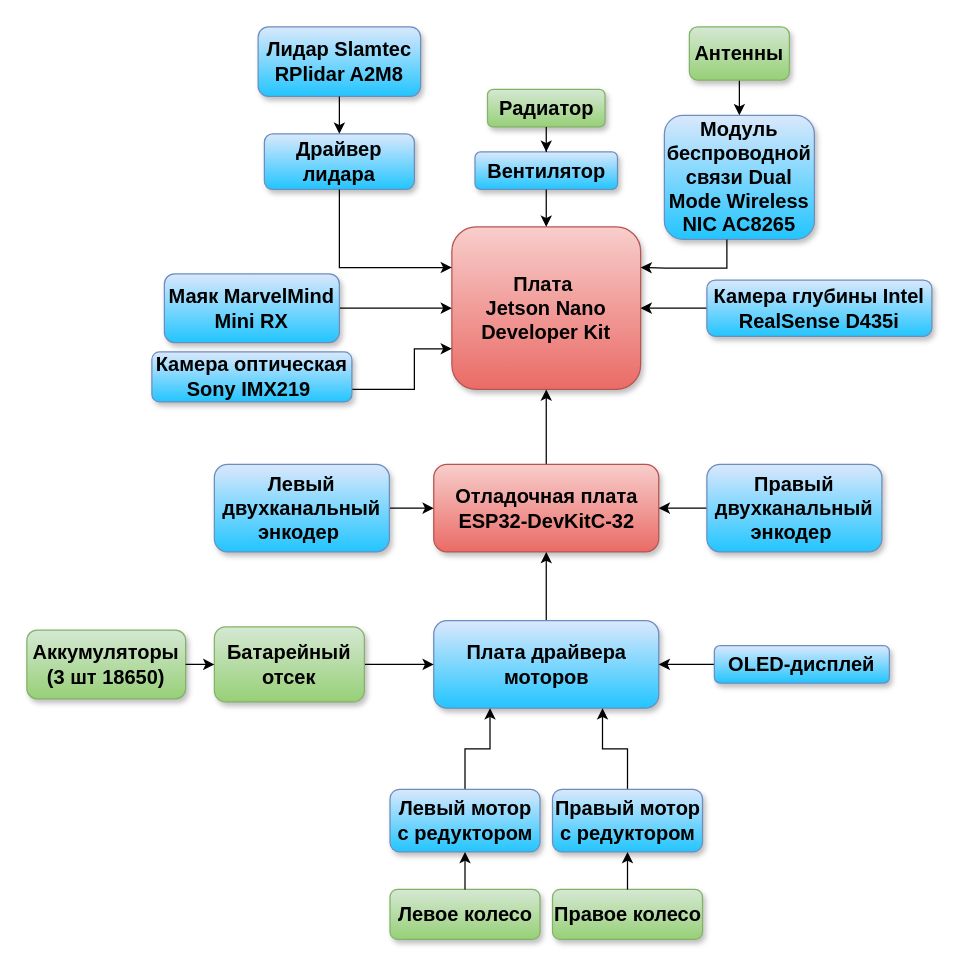
The draw.io diagram docs/Схемы/Структурная_схема.drawio in traptron/ZERO-Jetbot, before the edit. Source tidied: cells renumbered, new cells numbered last; positions are measured from the earlier drawing's top-left corner, leaving out a move shared by most shapes. Both pictures are drawn from the tidied source at 125%, with x=0, y=0 at pixel (26, 26).
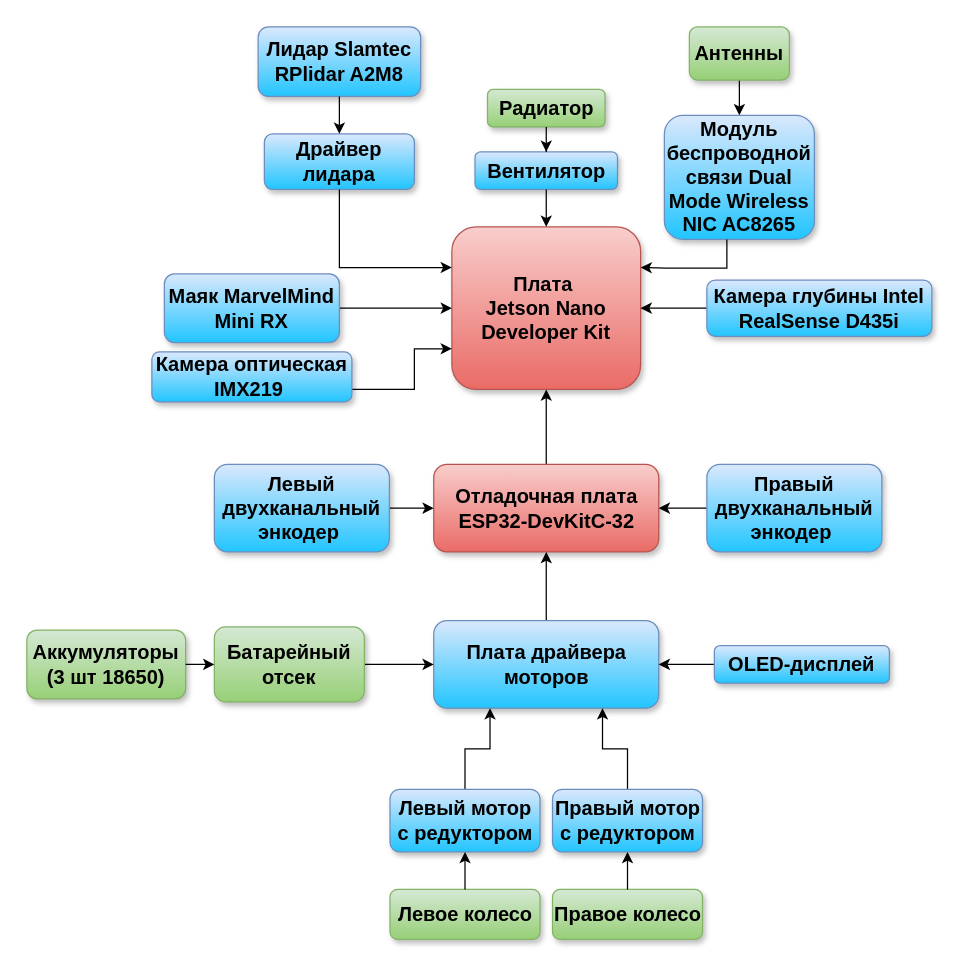
The same diagram, later.

Diff of the diagram source:
```diff
@@
-    <mxCell id="8" value="&lt;b&gt;&lt;font style=&quot;font-size: 16px;&quot;&gt;Камера оптическая Sony IMX219&amp;nbsp;&lt;/font&gt;&lt;/b&gt;" style="rounded=1;whiteSpace=wrap;html=1;fillColor=#dae8fc;strokeColor=#6c8ebf;gradientColor=#22C5FF;shadow=1;" parent="1" vertex="1">
+    <mxCell id="8" value="&lt;b&gt;&lt;font style=&quot;font-size: 16px;&quot;&gt;Камера оптическая IMX219&amp;nbsp;&lt;/font&gt;&lt;/b&gt;" style="rounded=1;whiteSpace=wrap;html=1;fillColor=#dae8fc;strokeColor=#6c8ebf;gradientColor=#22C5FF;shadow=1;" parent="1" vertex="1">
       <mxGeometry x="100" y="260" width="160" height="40" as="geometry" />
     </mxCell>
```
